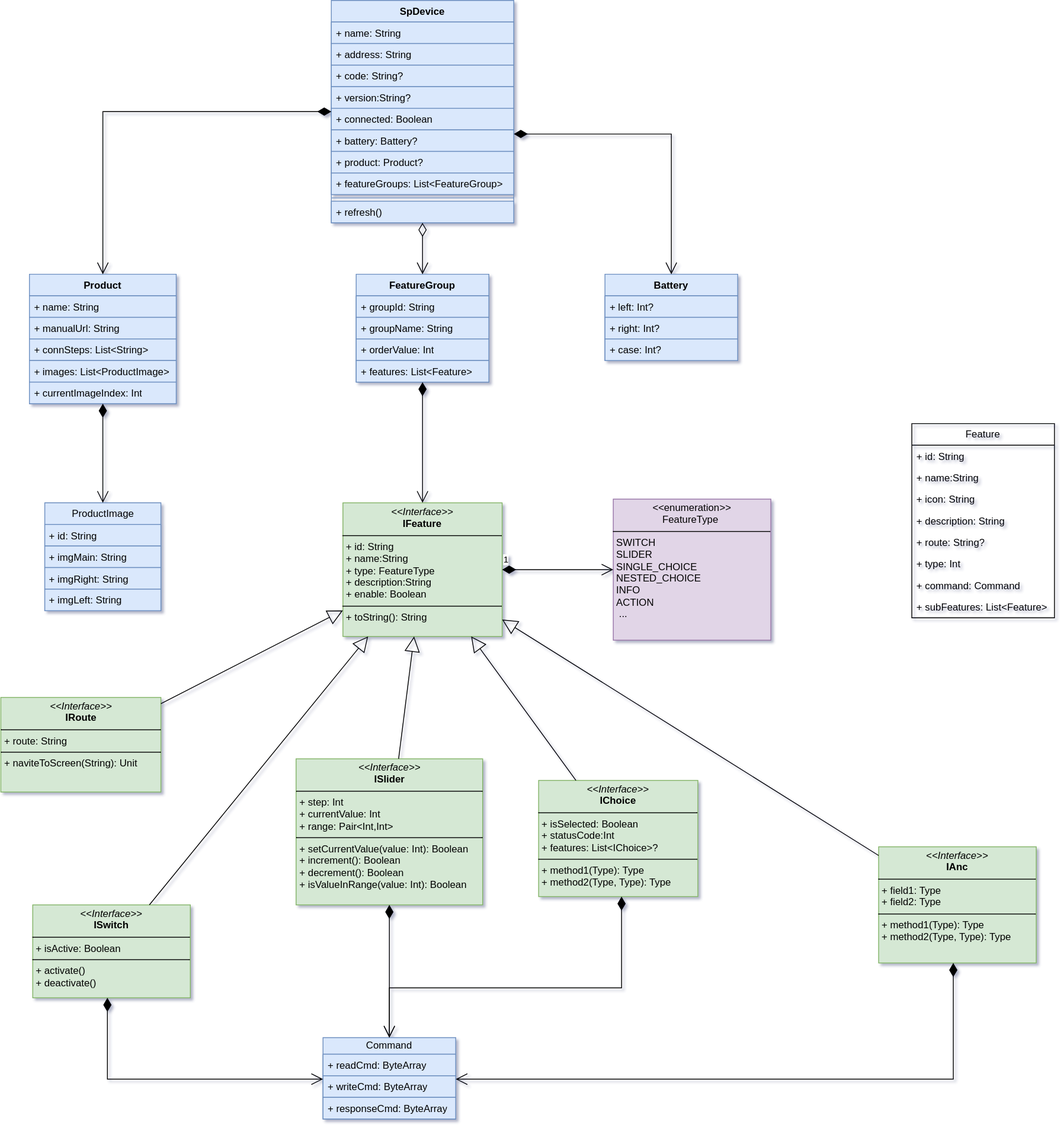
kekemao00/draw-libs keeps this draw.io diagram as sp-device.drawio.svg. Above is the earlier version. Source tidied: cells renumbered, new cells last; positions are measured from the earlier drawing's top-left corner, leaving out a move shared by most shapes.
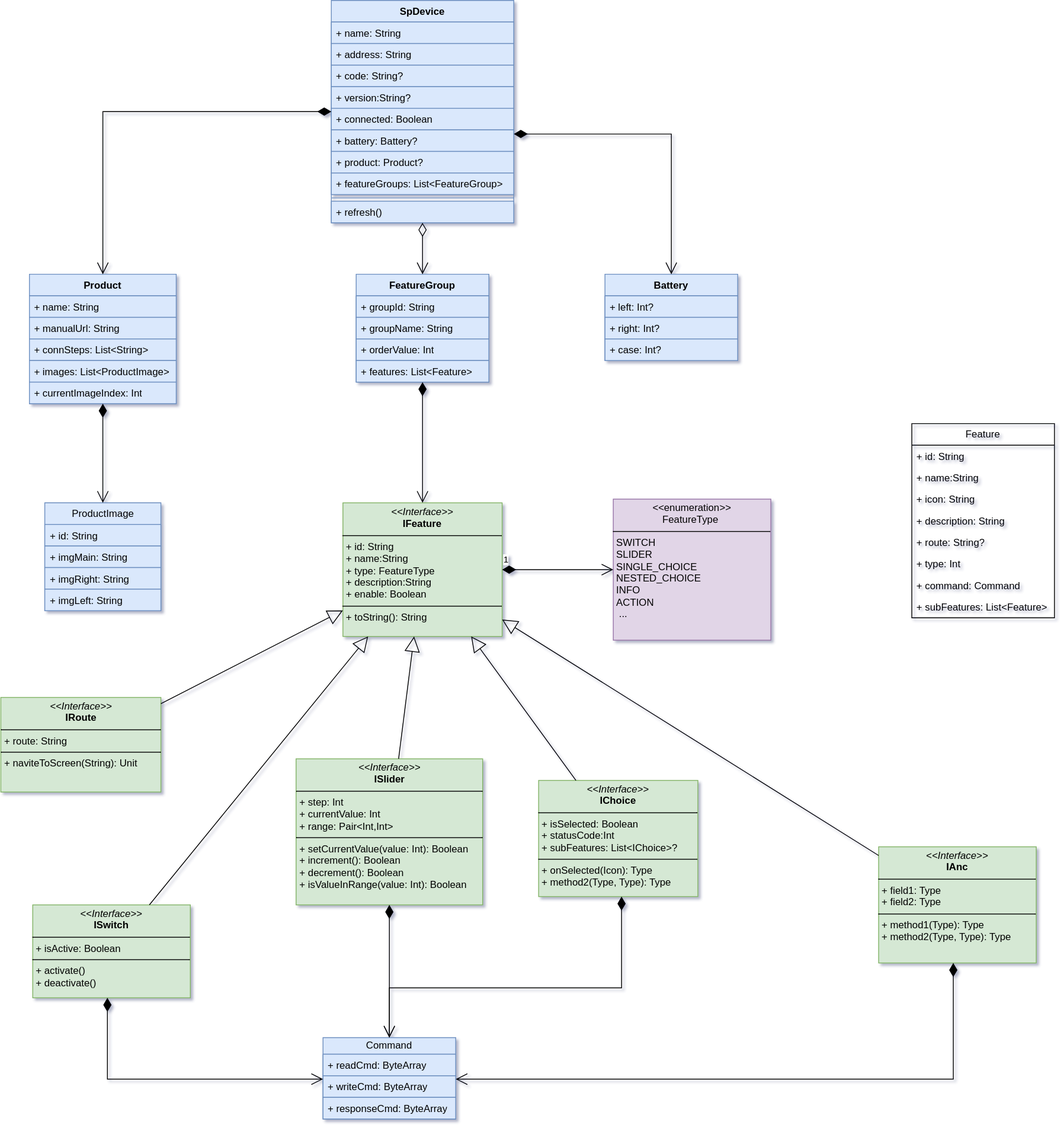
Above is the later version.

Diff of the diagram source:
```diff
@@ -140,7 +140,7 @@
     <mxCell id="47" value="&lt;p style=&quot;margin:0px;margin-top:4px;text-align:center;&quot;&gt;&lt;i&gt;&amp;lt;&amp;lt;Interface&amp;gt;&amp;gt;&lt;/i&gt;&lt;br&gt;&lt;b&gt;IRoute&lt;/b&gt;&lt;/p&gt;&lt;hr size=&quot;1&quot; style=&quot;border-style:solid;&quot;&gt;&lt;p style=&quot;margin:0px;margin-left:4px;&quot;&gt;+ route: String&lt;/p&gt;&lt;hr size=&quot;1&quot; style=&quot;border-style:solid;&quot;&gt;&lt;p style=&quot;margin:0px;margin-left:4px;&quot;&gt;+ naviteToScreen(String): Unit&lt;br&gt;&lt;/p&gt;" style="verticalAlign=top;align=left;overflow=fill;html=1;whiteSpace=wrap;fillColor=#d5e8d4;strokeColor=#82b366;" parent="1" vertex="1">
       <mxGeometry x="-0.5" y="840" width="193" height="114" as="geometry" />
     </mxCell>
-    <mxCell id="48" value="&lt;p style=&quot;margin:0px;margin-top:4px;text-align:center;&quot;&gt;&lt;i&gt;&amp;lt;&amp;lt;Interface&amp;gt;&amp;gt;&lt;/i&gt;&lt;br&gt;&lt;b&gt;IChoice&lt;/b&gt;&lt;/p&gt;&lt;hr size=&quot;1&quot; style=&quot;border-style:solid;&quot;&gt;&lt;p style=&quot;margin:0px;margin-left:4px;&quot;&gt;+ isSelected: Boolean&lt;br&gt;+ statusCode:Int&lt;br&gt;+&amp;nbsp;features: List&amp;lt;IChoice&amp;gt;?&lt;/p&gt;&lt;hr size=&quot;1&quot; style=&quot;border-style:solid;&quot;&gt;&lt;p style=&quot;margin:0px;margin-left:4px;&quot;&gt;+ method1(Type): Type&lt;br&gt;+ method2(Type, Type): Type&lt;/p&gt;" style="verticalAlign=top;align=left;overflow=fill;html=1;whiteSpace=wrap;fillColor=#d5e8d4;strokeColor=#82b366;" parent="1" vertex="1">
+    <mxCell id="48" value="&lt;p style=&quot;margin:0px;margin-top:4px;text-align:center;&quot;&gt;&lt;i&gt;&amp;lt;&amp;lt;Interface&amp;gt;&amp;gt;&lt;/i&gt;&lt;br&gt;&lt;b&gt;IChoice&lt;/b&gt;&lt;/p&gt;&lt;hr size=&quot;1&quot; style=&quot;border-style:solid;&quot;&gt;&lt;p style=&quot;margin:0px;margin-left:4px;&quot;&gt;+ isSelected: Boolean&lt;br&gt;+ statusCode:Int&lt;br&gt;+ subFeatures: List&amp;lt;IChoice&amp;gt;?&lt;/p&gt;&lt;hr size=&quot;1&quot; style=&quot;border-style:solid;&quot;&gt;&lt;p style=&quot;margin:0px;margin-left:4px;&quot;&gt;+ onSelected(Icon): Type&lt;br&gt;+ method2(Type, Type): Type&lt;/p&gt;" style="verticalAlign=top;align=left;overflow=fill;html=1;whiteSpace=wrap;fillColor=#d5e8d4;strokeColor=#82b366;" parent="1" vertex="1">
       <mxGeometry x="648" y="940" width="192" height="140" as="geometry" />
     </mxCell>
     <mxCell id="49" value="&lt;p style=&quot;margin:0px;margin-top:4px;text-align:center;&quot;&gt;&lt;i&gt;&amp;lt;&amp;lt;Interface&amp;gt;&amp;gt;&lt;/i&gt;&lt;br&gt;&lt;b&gt;IAnc&lt;/b&gt;&lt;/p&gt;&lt;hr size=&quot;1&quot; style=&quot;border-style:solid;&quot;&gt;&lt;p style=&quot;margin:0px;margin-left:4px;&quot;&gt;+ field1: Type&lt;br&gt;+ field2: Type&lt;/p&gt;&lt;hr size=&quot;1&quot; style=&quot;border-style:solid;&quot;&gt;&lt;p style=&quot;margin:0px;margin-left:4px;&quot;&gt;+ method1(Type): Type&lt;br&gt;+ method2(Type, Type): Type&lt;/p&gt;" style="verticalAlign=top;align=left;overflow=fill;html=1;whiteSpace=wrap;fillColor=#d5e8d4;strokeColor=#82b366;" parent="1" vertex="1">
```
